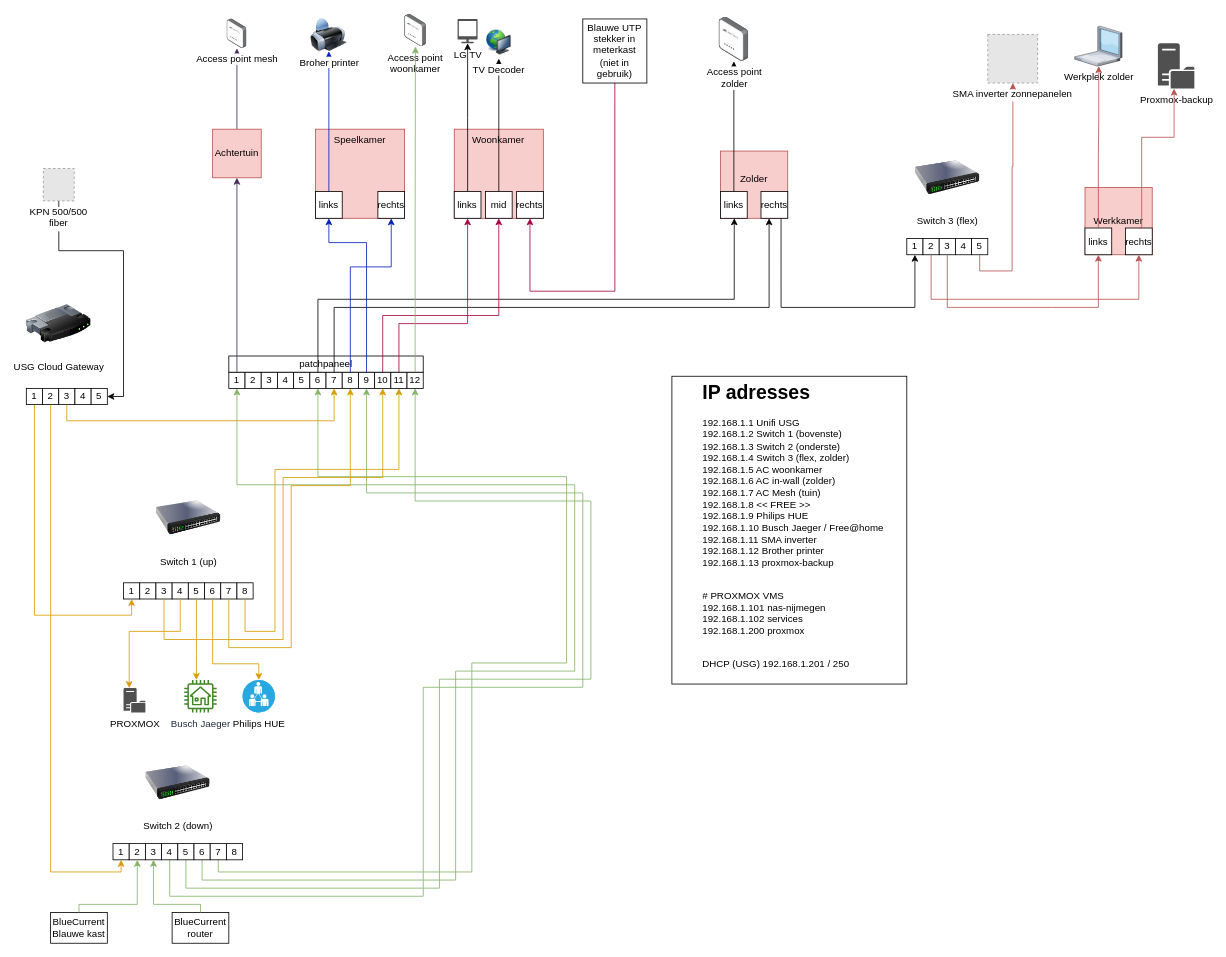
The draw.io diagram docs/network-diagram.drawio in rogierlommers/homelab, before the edit. Source tidied: cells renumbered, new cells numbered last; positions are measured from the earlier drawing's top-left corner, leaving out a move shared by most shapes. Both pictures are drawn from the tidied source at 81%, with x=0, y=0 at pixel (26, 14). Pictures stored in the file or linked from it are replaced by grey dashed boxes.
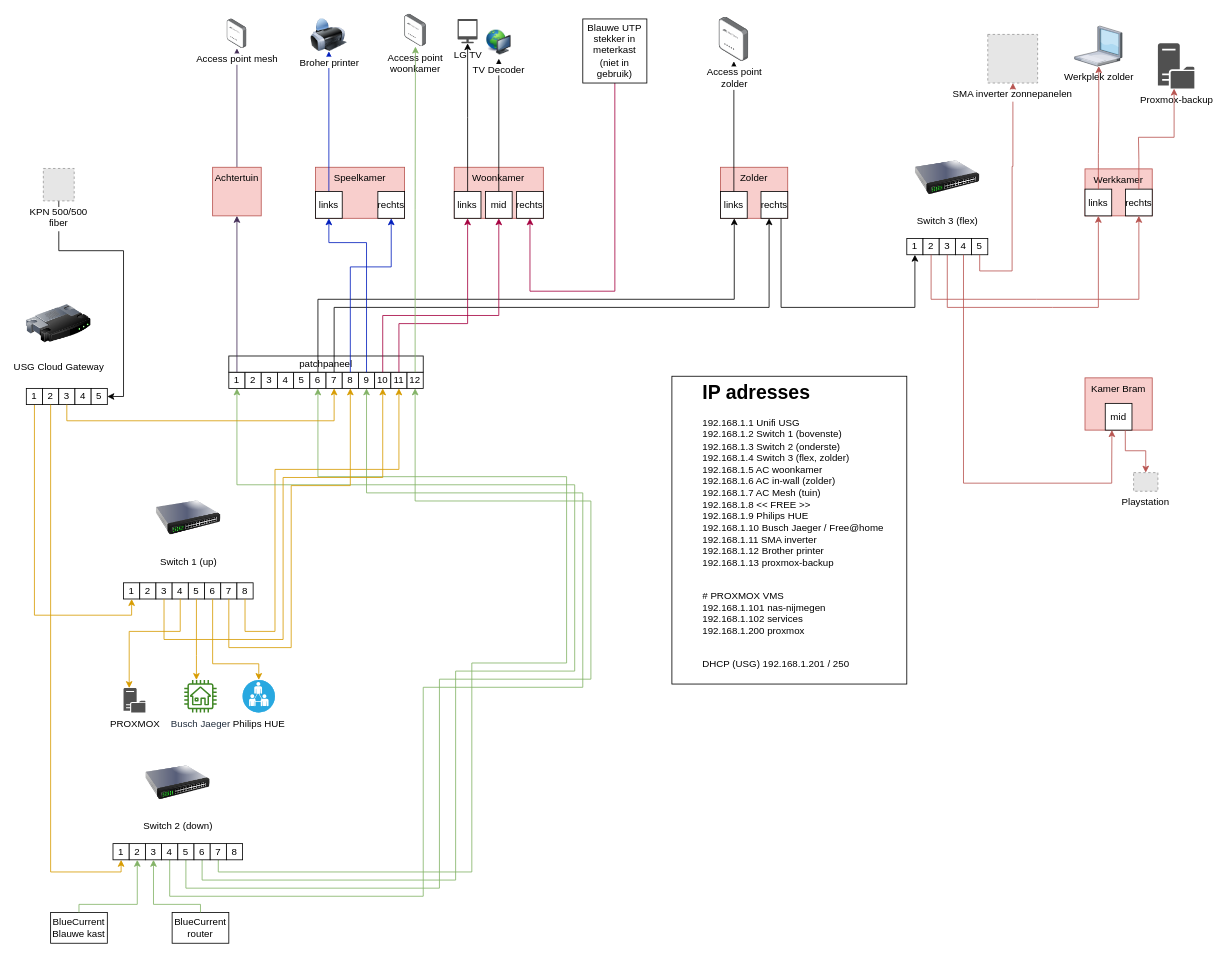
After the change.

Commit message:
Add room Bram

Unchanged cells that the change refers to:
```xml
<mxCell id="3" value="1" style="whiteSpace=wrap;html=1;" parent="2" vertex="1">
  <mxGeometry y="70" width="20" height="20" as="geometry" />
</mxCell>
<mxCell id="46" value="4" style="whiteSpace=wrap;html=1;" parent="41" vertex="1">
  <mxGeometry x="60" y="115" width="20" height="20" as="geometry" />
</mxCell>
<mxCell id="96" value="Proxmox-backup" style="sketch=0;shadow=0;dashed=0;html=1;strokeColor=none;fillColor=#505050;labelPosition=center;verticalLabelPosition=bottom;verticalAlign=top;outlineConnect=0;align=center;shape=mxgraph.office.servers.file_server;" parent="1" vertex="1">
  <mxGeometry x="1397" y="35.9" width="45" height="56" as="geometry" />
</mxCell>
```

The edit, as a diff of the source:
```diff
@@
-    <mxCell id="48" value="Zolder&lt;br&gt;&lt;br&gt;" style="whiteSpace=wrap;html=1;fillColor=#f8cecc;strokeColor=#b85450;" parent="1" vertex="1">
-      <mxGeometry x="857" y="169" width="83" height="83" as="geometry" />
+    <mxCell id="48" value="Zolder&lt;br&gt;&lt;br&gt;" style="whiteSpace=wrap;html=1;fillColor=#f8cecc;strokeColor=#b85450;verticalAlign=top;" parent="1" vertex="1">
+      <mxGeometry x="857" y="189" width="83" height="63" as="geometry" />
     </mxCell>
@@
-    <mxCell id="57" value="&lt;div&gt;&lt;span&gt;Werkkamer&lt;/span&gt;&lt;/div&gt;" style="whiteSpace=wrap;html=1;align=center;fillColor=#f8cecc;strokeColor=#b85450;" parent="1" vertex="1">
-      <mxGeometry x="1307" y="214" width="83" height="83" as="geometry" />
+    <mxCell id="57" value="&lt;div&gt;&lt;span&gt;Werkkamer&lt;/span&gt;&lt;/div&gt;" style="whiteSpace=wrap;html=1;align=center;fillColor=#f8cecc;strokeColor=#b85450;verticalAlign=top;" parent="1" vertex="1">
+      <mxGeometry x="1307" y="191" width="83" height="58" as="geometry" />
     </mxCell>
     <mxCell id="58" value="links" style="whiteSpace=wrap;html=1;" parent="1" vertex="1">
-      <mxGeometry x="1307" y="264" width="33" height="33" as="geometry" />
+      <mxGeometry x="1307" y="216" width="33" height="33" as="geometry" />
     </mxCell>
     <mxCell id="59" value="rechts" style="whiteSpace=wrap;html=1;" parent="1" vertex="1">
-      <mxGeometry x="1357" y="264" width="33" height="33" as="geometry" />
+      <mxGeometry x="1357" y="216" width="33" height="33" as="geometry" />
     </mxCell>
@@
-    <mxCell id="63" value="Achtertuin" style="whiteSpace=wrap;html=1;fillColor=#f8cecc;strokeColor=#b85450;" parent="1" vertex="1">
-      <mxGeometry x="230" y="142" width="60" height="60" as="geometry" />
+    <mxCell id="63" value="Achtertuin" style="whiteSpace=wrap;html=1;fillColor=#f8cecc;strokeColor=#b85450;verticalAlign=top;" parent="1" vertex="1">
+      <mxGeometry x="230" y="189" width="60" height="60" as="geometry" />
     </mxCell>
-    <mxCell id="64" style="edgeStyle=orthogonalEdgeStyle;rounded=0;jettySize=auto;html=1;entryX=0.5;entryY=1;entryDx=0;entryDy=0;fillColor=#76608a;strokeColor=#432D57;" parent="1" edge="1" source="3" target="63">
-      <mxGeometry relative="1" as="geometry">
-        <Array as="points">
-          <mxPoint x="260" y="202" />
-        </Array>
-      </mxGeometry>
+    <mxCell id="64" style="edgeStyle=orthogonalEdgeStyle;rounded=0;jettySize=auto;html=1;fillColor=#76608a;strokeColor=#432D57;entryX=0.5;entryY=1;entryDx=0;entryDy=0;" parent="1" edge="1" source="3" target="63">
+      <mxGeometry relative="1" as="geometry" />
     </mxCell>
     <mxCell id="65" value="Speelkamer&lt;br&gt;" style="whiteSpace=wrap;verticalAlign=top;html=1;sketch=0;fillColor=#f8cecc;strokeColor=#b85450;" parent="1" vertex="1">
-      <mxGeometry x="357" y="142" width="110" height="110" as="geometry" />
+      <mxGeometry x="357" y="189" width="110" height="63" as="geometry" />
     </mxCell>
@@
     <mxCell id="71" value="Woonkamer" style="whiteSpace=wrap;verticalAlign=top;html=1;sketch=0;fillColor=#f8cecc;strokeColor=#b85450;" parent="1" vertex="1">
-      <mxGeometry x="528.3" y="142" width="110" height="110" as="geometry" />
+      <mxGeometry x="528.3" y="189" width="110" height="63" as="geometry" />
     </mxCell>
@@
     <mxCell id="97" style="edgeStyle=orthogonalEdgeStyle;rounded=0;jettySize=auto;html=1;fillColor=#f8cecc;strokeColor=#b85450;exitX=0.5;exitY=0;exitDx=0;exitDy=0;" parent="1" edge="1" source="59" target="96">
       <mxGeometry relative="1" as="geometry">
         <Array as="points">
-          <mxPoint x="1377" y="264" />
-          <mxPoint x="1377" y="152" />
+          <mxPoint x="1373" y="179" />
+          <mxPoint x="1373" y="179" />
+          <mxPoint x="1373" y="152" />
           <mxPoint x="1417" y="152" />
         </Array>
       </mxGeometry>
     </mxCell>
@@
+    <mxCell id="118" value="&lt;div&gt;&lt;span&gt;Kamer Bram&lt;/span&gt;&lt;/div&gt;" style="whiteSpace=wrap;html=1;align=center;fillColor=#f8cecc;strokeColor=#b85450;verticalAlign=top;" parent="1" vertex="1">
+      <mxGeometry x="1307" y="449" width="83" height="64.5" as="geometry" />
+    </mxCell>
+    <mxCell id="119" value="mid" style="whiteSpace=wrap;html=1;" parent="1" vertex="1">
+      <mxGeometry x="1332" y="480.5" width="33" height="33" as="geometry" />
+    </mxCell>
+    <mxCell id="120" style="edgeStyle=orthogonalEdgeStyle;rounded=0;jettySize=auto;html=1;entryX=0.25;entryY=1;entryDx=0;entryDy=0;fillColor=#f8cecc;strokeColor=#b85450;exitX=0.5;exitY=1;exitDx=0;exitDy=0;" parent="1" edge="1" source="46" target="119">
+      <mxGeometry relative="1" as="geometry">
+        <Array as="points">
+          <mxPoint x="1157" y="579" />
+          <mxPoint x="1340" y="579" />
+          <mxPoint x="1340" y="559" />
+          <mxPoint x="1340" y="559" />
+        </Array>
+      </mxGeometry>
+    </mxCell>
+    <mxCell id="121" value="Playstation" style="fillColor=#E6E6E6;strokeColor=#999999;dashed=1;verticalLabelPosition=bottom;labelBackgroundColor=default;verticalAlign=top;" parent="1" vertex="1">
+      <mxGeometry x="1367" y="566" width="30" height="23" as="geometry" />
+    </mxCell>
+    <mxCell id="122" style="edgeStyle=orthogonalEdgeStyle;rounded=0;jettySize=auto;html=1;fillColor=#f8cecc;strokeColor=#b85450;exitX=0.75;exitY=1;exitDx=0;exitDy=0;entryX=0.5;entryY=0;entryDx=0;entryDy=0;" parent="1" edge="1" source="119" target="121">
+      <mxGeometry relative="1" as="geometry">
+        <Array as="points">
+          <mxPoint x="1357" y="539" />
+          <mxPoint x="1382" y="539" />
+        </Array>
+      </mxGeometry>
+    </mxCell>
```
